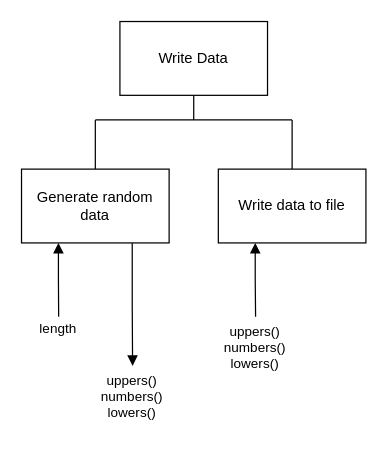
The draw.io diagram higher/H-SDD-Write-Data/assets/H SDD Write Data.drawio in MrFriendCS/MrFriendCS.github.io, before the edit. Source tidied: cells renumbered, new cells numbered last; positions are measured from the earlier drawing's top-left corner, leaving out a move shared by most shapes. Both pictures are drawn from the tidied source at 123%, with x=0, y=0 at pixel (21, 21).
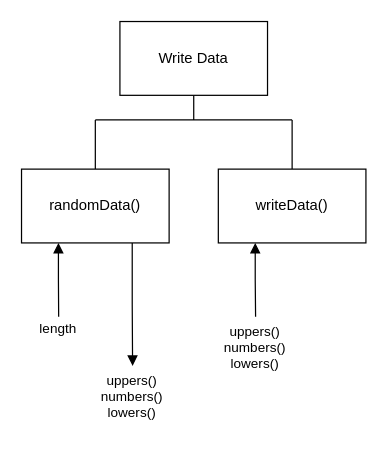
The same diagram, later.

What changed in the source:
```diff
@@
 <mxGraphModel>
   <root>
     <mxCell id="0" />
     <mxCell id="1" parent="0" />
     <mxCell id="2" style="edgeStyle=orthogonalEdgeStyle;shape=connector;rounded=0;jettySize=auto;html=1;exitX=0.5;exitY=1;exitDx=0;exitDy=0;strokeColor=default;align=center;verticalAlign=middle;fontFamily=Helvetica;fontSize=11;fontColor=default;labelBackgroundColor=default;startArrow=none;startFill=0;endArrow=none;endFill=0;" parent="1" edge="1" source="3">
       <mxGeometry relative="1" as="geometry">
         <mxPoint x="140" y="80" as="targetPoint" />
       </mxGeometry>
     </mxCell>
     <mxCell id="3" value="Write Data" style="rounded=0;whiteSpace=wrap;html=1;" parent="1" vertex="1">
       <mxGeometry x="80" width="120" height="60" as="geometry" />
     </mxCell>
     <mxCell id="4" style="edgeStyle=orthogonalEdgeStyle;rounded=0;jettySize=auto;html=1;exitX=0.25;exitY=1;exitDx=0;exitDy=0;endArrow=none;endFill=0;startArrow=block;startFill=1;" parent="1" edge="1" source="7">
       <mxGeometry relative="1" as="geometry">
         <mxPoint x="30.2" y="240" as="targetPoint" />
       </mxGeometry>
     </mxCell>
     <mxCell id="5" style="edgeStyle=orthogonalEdgeStyle;shape=connector;rounded=0;jettySize=auto;html=1;exitX=0.75;exitY=1;exitDx=0;exitDy=0;strokeColor=default;align=center;verticalAlign=middle;fontFamily=Helvetica;fontSize=11;fontColor=default;labelBackgroundColor=default;startArrow=none;startFill=0;endArrow=block;endFill=1;" parent="1" edge="1" source="7">
       <mxGeometry relative="1" as="geometry">
         <mxPoint x="90.3" y="280" as="targetPoint" />
       </mxGeometry>
     </mxCell>
     <mxCell id="6" style="edgeStyle=orthogonalEdgeStyle;shape=connector;rounded=0;jettySize=auto;html=1;exitX=0.5;exitY=0;exitDx=0;exitDy=0;strokeColor=default;align=center;verticalAlign=middle;fontFamily=Helvetica;fontSize=11;fontColor=default;labelBackgroundColor=default;startArrow=none;startFill=0;endArrow=none;endFill=0;" parent="1" edge="1" source="7">
       <mxGeometry relative="1" as="geometry">
         <mxPoint x="60" y="80" as="targetPoint" />
       </mxGeometry>
     </mxCell>
-    <mxCell id="7" value="Generate random data" style="rounded=0;whiteSpace=wrap;html=1;" parent="1" vertex="1">
+    <mxCell id="7" value="randomData()" style="rounded=0;whiteSpace=wrap;html=1;" parent="1" vertex="1">
       <mxGeometry y="120" width="120" height="60" as="geometry" />
     </mxCell>
     <mxCell id="8" style="edgeStyle=orthogonalEdgeStyle;shape=connector;rounded=0;jettySize=auto;html=1;exitX=0.25;exitY=1;exitDx=0;exitDy=0;strokeColor=default;align=center;verticalAlign=middle;fontFamily=Helvetica;fontSize=11;fontColor=default;labelBackgroundColor=default;startArrow=block;startFill=1;endArrow=none;endFill=0;" parent="1" edge="1" source="10">
       <mxGeometry relative="1" as="geometry">
         <mxPoint x="190.3" y="240" as="targetPoint" />
       </mxGeometry>
     </mxCell>
     <mxCell id="9" style="edgeStyle=orthogonalEdgeStyle;shape=connector;rounded=0;jettySize=auto;html=1;exitX=0.5;exitY=0;exitDx=0;exitDy=0;strokeColor=default;align=center;verticalAlign=middle;fontFamily=Helvetica;fontSize=11;fontColor=default;labelBackgroundColor=default;startArrow=none;startFill=0;endArrow=none;endFill=0;" parent="1" edge="1" source="10">
       <mxGeometry relative="1" as="geometry">
         <mxPoint x="220" y="80" as="targetPoint" />
       </mxGeometry>
     </mxCell>
-    <mxCell id="10" value="Write data to file" style="rounded=0;whiteSpace=wrap;html=1;" parent="1" vertex="1">
+    <mxCell id="10" value="writeData()" style="rounded=0;whiteSpace=wrap;html=1;" parent="1" vertex="1">
       <mxGeometry x="160" y="120" width="120" height="60" as="geometry" />
     </mxCell>
     <mxCell id="11" style="endArrow=none;html=1;rounded=0;strokeColor=default;align=center;verticalAlign=middle;fontFamily=Helvetica;fontSize=11;fontColor=default;labelBackgroundColor=default;edgeStyle=orthogonalEdgeStyle;" parent="1" edge="1">
       <mxGeometry relative="1" as="geometry">
         <mxPoint x="60" y="80" as="sourcePoint" />
         <mxPoint x="220" y="80" as="targetPoint" />
       </mxGeometry>
     </mxCell>
     <mxCell id="12" value="length" style="text;html=1;align=center;verticalAlign=middle;whiteSpace=wrap;rounded=0;fontFamily=Helvetica;fontSize=11;fontColor=default;labelBackgroundColor=default;" parent="1" vertex="1">
       <mxGeometry y="240" width="60" height="20" as="geometry" />
     </mxCell>
     <mxCell id="13" value="uppers()&lt;div&gt;numbers()&lt;/div&gt;&lt;div&gt;lowers()&lt;/div&gt;" style="text;html=1;align=center;verticalAlign=middle;whiteSpace=wrap;rounded=0;fontFamily=Helvetica;fontSize=11;fontColor=default;labelBackgroundColor=default;" parent="1" vertex="1">
       <mxGeometry x="60" y="280" width="60" height="50" as="geometry" />
     </mxCell>
     <mxCell id="14" value="uppers()&lt;div&gt;numbers()&lt;/div&gt;&lt;div&gt;lowers()&lt;/div&gt;" style="text;html=1;align=center;verticalAlign=middle;whiteSpace=wrap;rounded=0;fontFamily=Helvetica;fontSize=11;fontColor=default;labelBackgroundColor=default;" parent="1" vertex="1">
       <mxGeometry x="160" y="240" width="60" height="50" as="geometry" />
     </mxCell>
   </root>
 </mxGraphModel>
```
